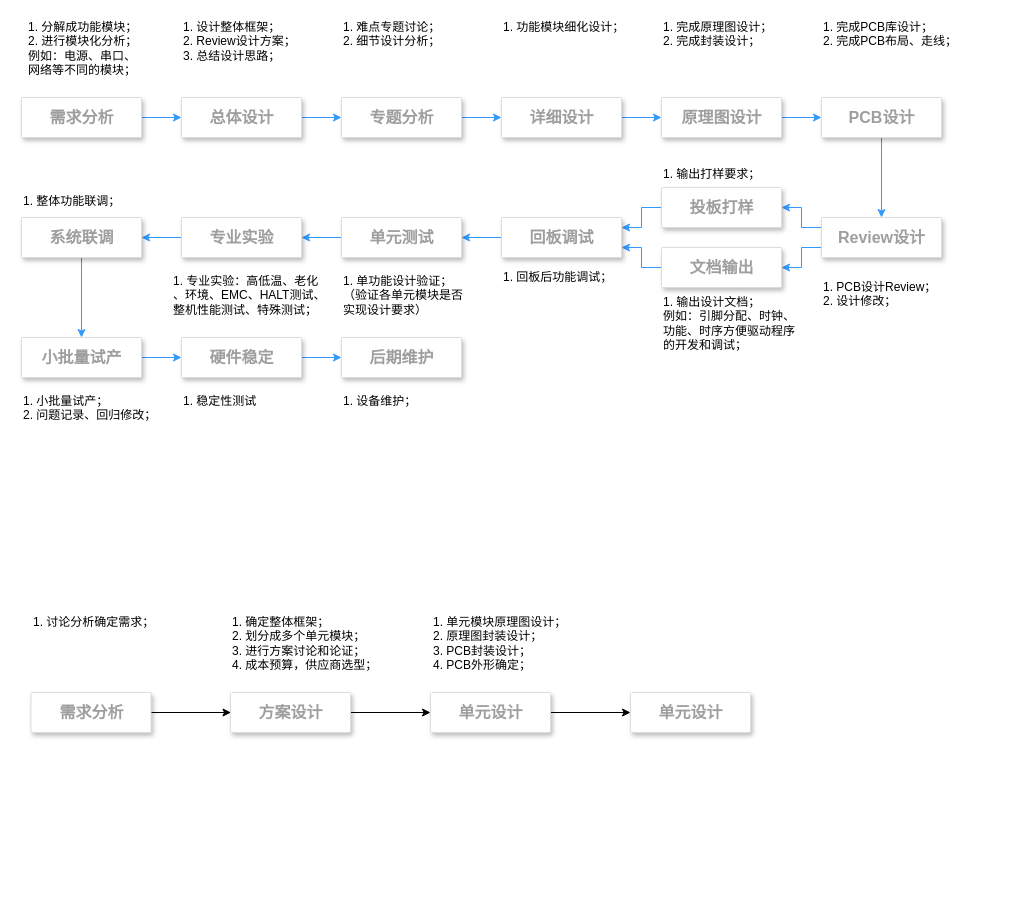
This is 硬件开发设计流程的副本.drawio from zjh6607476/drawing, a draw.io file, before an edit. Source tidied: cells renumbered, new cells numbered last; positions are measured from the earlier drawing's top-left corner, leaving out a move shared by most shapes. Both pictures are drawn from the tidied source at 100%, with x=0, y=0 at pixel (21, 17).
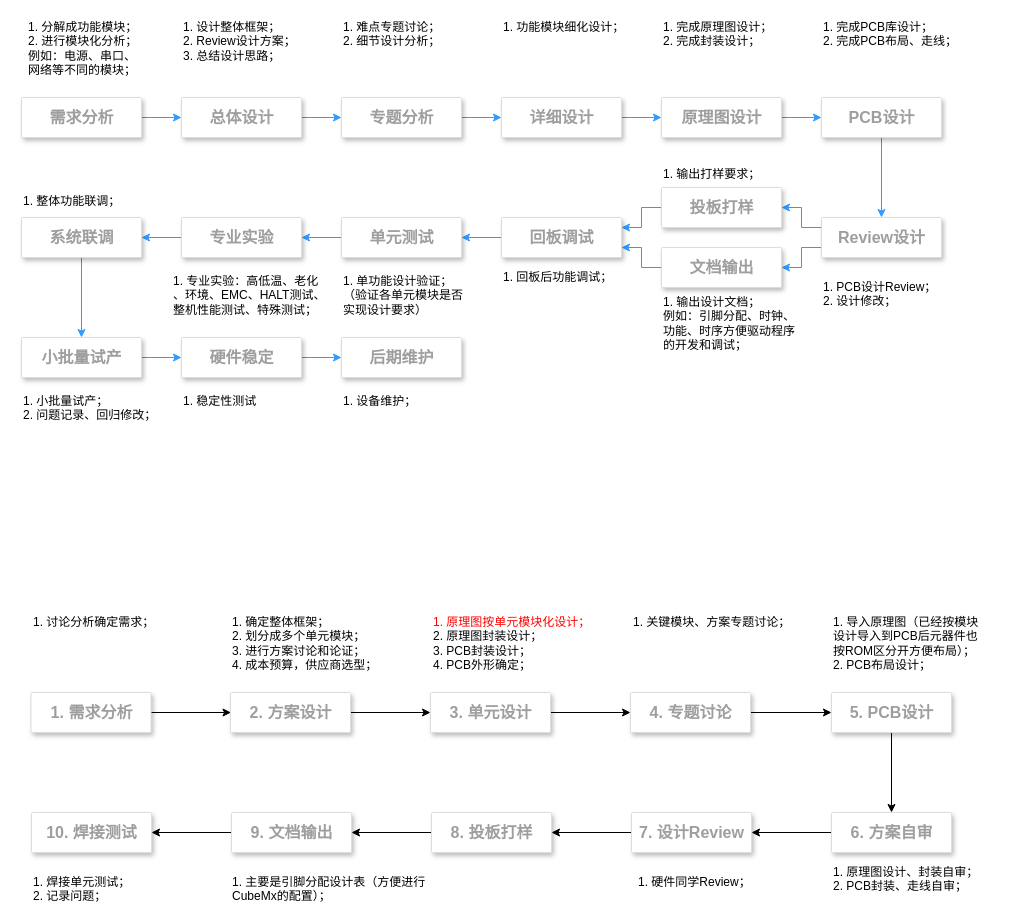
The same page after the edit.

Commit message:
更新硬件开发设计流程的副本.drawio

Diff of the diagram source:
```diff
@@
-    <mxCell id="51" value="&lt;span style=&quot;font-size: 16px&quot;&gt;&lt;b&gt;需求分析&lt;/b&gt;&lt;/span&gt;" style="strokeColor=#dddddd;fillColor=#ffffff;shadow=1;strokeWidth=1;rounded=1;absoluteArcSize=1;arcSize=2;fontSize=10;fontColor=#9E9E9E;align=center;html=1;" parent="1" vertex="1">
+    <mxCell id="51" value="&lt;span style=&quot;font-size: 16px&quot;&gt;&lt;b&gt;1. 需求分析&lt;/b&gt;&lt;/span&gt;" style="strokeColor=#dddddd;fillColor=#ffffff;shadow=1;strokeWidth=1;rounded=1;absoluteArcSize=1;arcSize=2;fontSize=10;fontColor=#9E9E9E;align=center;html=1;" parent="1" vertex="1">
       <mxGeometry x="9.5" y="675" width="120" height="40" as="geometry" />
     </mxCell>
@@
-    <mxCell id="53" value="&lt;span style=&quot;font-size: 16px&quot;&gt;&lt;b&gt;方案设计&lt;/b&gt;&lt;/span&gt;" style="strokeColor=#dddddd;fillColor=#ffffff;shadow=1;strokeWidth=1;rounded=1;absoluteArcSize=1;arcSize=2;fontSize=10;fontColor=#9E9E9E;align=center;html=1;" parent="1" vertex="1">
+    <mxCell id="53" value="&lt;span style=&quot;font-size: 16px&quot;&gt;&lt;b&gt;2. 方案设计&lt;/b&gt;&lt;/span&gt;" style="strokeColor=#dddddd;fillColor=#ffffff;shadow=1;strokeWidth=1;rounded=1;absoluteArcSize=1;arcSize=2;fontSize=10;fontColor=#9E9E9E;align=center;html=1;" parent="1" vertex="1">
       <mxGeometry x="209" y="675" width="120" height="40" as="geometry" />
     </mxCell>
-    <mxCell id="54" style="edgeStyle=orthogonalEdgeStyle;rounded=0;jettySize=auto;html=1;" parent="1" edge="1" source="55" target="56">
-      <mxGeometry relative="1" as="geometry" />
-    </mxCell>
+    <mxCell id="60" style="edgeStyle=orthogonalEdgeStyle;rounded=0;jettySize=auto;html=1;" parent="1" edge="1" source="55" target="62">
+      <mxGeometry relative="1" as="geometry" />
+    </mxCell>
-    <mxCell id="55" value="&lt;span style=&quot;font-size: 16px&quot;&gt;&lt;b&gt;单元设计&lt;/b&gt;&lt;/span&gt;" style="strokeColor=#dddddd;fillColor=#ffffff;shadow=1;strokeWidth=1;rounded=1;absoluteArcSize=1;arcSize=2;fontSize=10;fontColor=#9E9E9E;align=center;html=1;" parent="1" vertex="1">
+    <mxCell id="55" value="&lt;span style=&quot;font-size: 16px&quot;&gt;&lt;b&gt;3. 单元设计&lt;/b&gt;&lt;/span&gt;" style="strokeColor=#dddddd;fillColor=#ffffff;shadow=1;strokeWidth=1;rounded=1;absoluteArcSize=1;arcSize=2;fontSize=10;fontColor=#9E9E9E;align=center;html=1;" parent="1" vertex="1">
       <mxGeometry x="409" y="675" width="120" height="40" as="geometry" />
     </mxCell>
+    <mxCell id="61" style="edgeStyle=orthogonalEdgeStyle;rounded=0;jettySize=auto;html=1;" parent="1" edge="1" source="62" target="56">
+      <mxGeometry relative="1" as="geometry" />
+    </mxCell>
+    <mxCell id="62" value="&lt;span style=&quot;font-size: 16px&quot;&gt;&lt;b&gt;4. 专题讨论&lt;/b&gt;&lt;/span&gt;" style="strokeColor=#dddddd;fillColor=#ffffff;shadow=1;strokeWidth=1;rounded=1;absoluteArcSize=1;arcSize=2;fontSize=10;fontColor=#9E9E9E;align=center;html=1;" parent="1" vertex="1">
+      <mxGeometry x="609" y="675" width="120" height="40" as="geometry" />
+    </mxCell>
+    <mxCell id="63" style="edgeStyle=orthogonalEdgeStyle;rounded=0;jettySize=auto;html=1;" parent="1" edge="1" source="56" target="65">
+      <mxGeometry relative="1" as="geometry" />
+    </mxCell>
-    <mxCell id="56" value="&lt;span style=&quot;font-size: 16px&quot;&gt;&lt;b&gt;单元设计&lt;/b&gt;&lt;/span&gt;" style="strokeColor=#dddddd;fillColor=#ffffff;shadow=1;strokeWidth=1;rounded=1;absoluteArcSize=1;arcSize=2;fontSize=10;fontColor=#9E9E9E;align=center;html=1;" parent="1" vertex="1">
-      <mxGeometry x="609" y="675" width="120" height="40" as="geometry" />
+    <mxCell id="56" value="&lt;span style=&quot;font-size: 16px&quot;&gt;&lt;b&gt;5. PCB设计&lt;/b&gt;&lt;/span&gt;" style="strokeColor=#dddddd;fillColor=#ffffff;shadow=1;strokeWidth=1;rounded=1;absoluteArcSize=1;arcSize=2;fontSize=10;fontColor=#9E9E9E;align=center;html=1;" parent="1" vertex="1">
+      <mxGeometry x="810" y="675" width="120" height="40" as="geometry" />
     </mxCell>
+    <mxCell id="64" style="edgeStyle=orthogonalEdgeStyle;rounded=0;jettySize=auto;html=1;" parent="1" edge="1" source="65" target="67">
+      <mxGeometry relative="1" as="geometry" />
+    </mxCell>
+    <mxCell id="65" value="&lt;span style=&quot;font-size: 16px&quot;&gt;&lt;b&gt;6. 方案自审&lt;/b&gt;&lt;/span&gt;" style="strokeColor=#dddddd;fillColor=#ffffff;shadow=1;strokeWidth=1;rounded=1;absoluteArcSize=1;arcSize=2;fontSize=10;fontColor=#9E9E9E;align=center;html=1;" parent="1" vertex="1">
+      <mxGeometry x="810" y="795" width="120" height="40" as="geometry" />
+    </mxCell>
+    <mxCell id="66" style="edgeStyle=orthogonalEdgeStyle;rounded=0;jettySize=auto;html=1;" parent="1" edge="1" source="67" target="69">
+      <mxGeometry relative="1" as="geometry" />
+    </mxCell>
+    <mxCell id="67" value="&lt;span style=&quot;font-size: 16px&quot;&gt;&lt;b&gt;7. 设计Review&lt;/b&gt;&lt;/span&gt;" style="strokeColor=#dddddd;fillColor=#ffffff;shadow=1;strokeWidth=1;rounded=1;absoluteArcSize=1;arcSize=2;fontSize=10;fontColor=#9E9E9E;align=center;html=1;" parent="1" vertex="1">
+      <mxGeometry x="610" y="795" width="120" height="40" as="geometry" />
+    </mxCell>
+    <mxCell id="68" style="edgeStyle=orthogonalEdgeStyle;rounded=0;jettySize=auto;html=1;" parent="1" edge="1" source="69" target="71">
+      <mxGeometry relative="1" as="geometry" />
+    </mxCell>
+    <mxCell id="69" value="&lt;span style=&quot;font-size: 16px&quot;&gt;&lt;b&gt;8. 投板打样&lt;/b&gt;&lt;/span&gt;" style="strokeColor=#dddddd;fillColor=#ffffff;shadow=1;strokeWidth=1;rounded=1;absoluteArcSize=1;arcSize=2;fontSize=10;fontColor=#9E9E9E;align=center;html=1;" parent="1" vertex="1">
+      <mxGeometry x="410" y="795" width="120" height="40" as="geometry" />
+    </mxCell>
+    <mxCell id="70" style="edgeStyle=orthogonalEdgeStyle;rounded=0;jettySize=auto;html=1;" parent="1" edge="1" source="71" target="72">
+      <mxGeometry relative="1" as="geometry" />
+    </mxCell>
+    <mxCell id="71" value="&lt;span style=&quot;font-size: 16px&quot;&gt;&lt;b&gt;9. 文档输出&lt;/b&gt;&lt;/span&gt;" style="strokeColor=#dddddd;fillColor=#ffffff;shadow=1;strokeWidth=1;rounded=1;absoluteArcSize=1;arcSize=2;fontSize=10;fontColor=#9E9E9E;align=center;html=1;" parent="1" vertex="1">
+      <mxGeometry x="210" y="795" width="120" height="40" as="geometry" />
+    </mxCell>
+    <mxCell id="72" value="&lt;span style=&quot;font-size: 16px&quot;&gt;&lt;b&gt;10. 焊接测试&lt;/b&gt;&lt;/span&gt;" style="strokeColor=#dddddd;fillColor=#ffffff;shadow=1;strokeWidth=1;rounded=1;absoluteArcSize=1;arcSize=2;fontSize=10;fontColor=#9E9E9E;align=center;html=1;" parent="1" vertex="1">
+      <mxGeometry x="10" y="795" width="120" height="40" as="geometry" />
+    </mxCell>
@@
-    <mxCell id="59" value="1. 单元模块原理图设计；&lt;br&gt;2. 原理图封装设计；&lt;br&gt;3. PCB封装设计；&lt;br&gt;4. PCB外形确定；&lt;br&gt;" style="text;html=1;align=left;verticalAlign=top;spacingTop=-4;" parent="1" vertex="1">
-      <mxGeometry x="409.5" y="594.9" width="150" height="60" as="geometry" />
+    <mxCell id="59" value="&lt;font color=&quot;#ff0000&quot;&gt;1. 原理图按单元模块化设计；&lt;/font&gt;&lt;br&gt;2. 原理图封装设计；&lt;br&gt;3. PCB封装设计；&lt;br&gt;4. PCB外形确定；&lt;br&gt;" style="text;html=1;align=left;verticalAlign=top;spacingTop=-4;" parent="1" vertex="1">
+      <mxGeometry x="409.5" y="594.9" width="170" height="60" as="geometry" />
     </mxCell>
+    <mxCell id="73" value="1. 导入原理图（已经按模块&lt;br&gt;设计导入到PCB后元器件也&lt;br&gt;按ROM区分开方便布局）；&lt;br&gt;2. PCB布局设计；&lt;br&gt;" style="text;html=1;align=left;verticalAlign=top;spacingTop=-4;" parent="1" vertex="1">
+      <mxGeometry x="810" y="594.9" width="160" height="60" as="geometry" />
+    </mxCell>
+    <mxCell id="74" value="1. 关键模块、方案专题讨论；&lt;br&gt;" style="text;html=1;align=left;verticalAlign=top;spacingTop=-4;" parent="1" vertex="1">
+      <mxGeometry x="610" y="594.9" width="170" height="20" as="geometry" />
+    </mxCell>
+    <mxCell id="75" value="1. 原理图设计、封装自审；&lt;br&gt;2. PCB封装、走线自审；&lt;br&gt;" style="text;html=1;align=left;verticalAlign=top;spacingTop=-4;" parent="1" vertex="1">
+      <mxGeometry x="810" y="844.9" width="160" height="30" as="geometry" />
+    </mxCell>
+    <mxCell id="76" value="1. 硬件同学Review；&lt;br&gt;" style="text;html=1;align=left;verticalAlign=top;spacingTop=-4;" parent="1" vertex="1">
+      <mxGeometry x="615" y="854.9" width="130" height="20" as="geometry" />
+    </mxCell>
+    <mxCell id="77" value="1. 主要是引脚分配设计表（方便进行&lt;br&gt;CubeMx的配置）；&lt;br&gt;" style="text;html=1;align=left;verticalAlign=top;spacingTop=-4;" parent="1" vertex="1">
+      <mxGeometry x="209" y="854.9" width="210" height="30" as="geometry" />
+    </mxCell>
+    <mxCell id="78" value="1. 焊接单元测试；&lt;br&gt;2. 记录问题；&lt;br&gt;" style="text;html=1;align=left;verticalAlign=top;spacingTop=-4;" parent="1" vertex="1">
+      <mxGeometry x="10" y="854.9" width="110" height="30" as="geometry" />
+    </mxCell>
```
